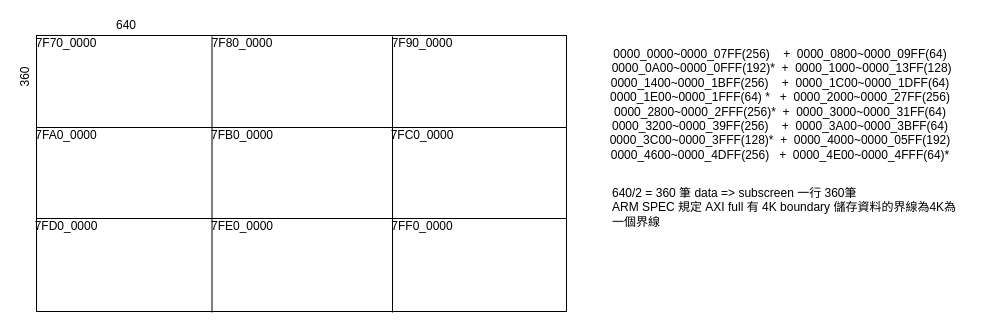
This is Our_design/addr_jump_FSM.drawio from YZchen3467/drawio, a draw.io file, before an edit. Source tidied: cells renumbered, new cells numbered last; positions are measured from the earlier drawing's top-left corner, leaving out a move shared by most shapes. Both pictures are drawn from the tidied source at 100%, with x=0, y=0 at pixel (-6, 17).
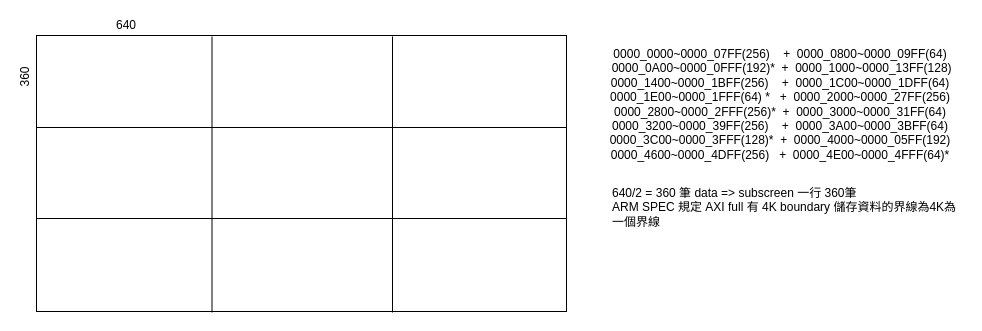
The same diagram, later.

The change refers to these unchanged cells:
```xml
<mxCell id="3" style="group;" parent="2" vertex="1">
  <mxGeometry width="530" height="277" as="geometry" />
</mxCell>
```

Diff of the diagram source:
```diff
@@
-    <mxCell id="8" value="7F70_0000" style="text;html=1;strokeColor=none;fillColor=none;align=center;verticalAlign=middle;whiteSpace=wrap;rounded=0;" parent="3" vertex="1">
-      <mxGeometry width="60" height="15" as="geometry" />
-    </mxCell>
-    <mxCell id="9" value="7F80_0000" style="text;html=1;strokeColor=none;fillColor=none;align=center;verticalAlign=middle;whiteSpace=wrap;rounded=0;" parent="3" vertex="1">
-      <mxGeometry x="176" width="60" height="15" as="geometry" />
-    </mxCell>
-    <mxCell id="10" value="7F90_0000" style="text;html=1;strokeColor=none;fillColor=none;align=center;verticalAlign=middle;whiteSpace=wrap;rounded=0;" parent="3" vertex="1">
-      <mxGeometry x="356" width="60" height="15" as="geometry" />
-    </mxCell>
-    <mxCell id="11" value="7FA0_0000" style="text;html=1;strokeColor=none;fillColor=none;align=center;verticalAlign=middle;whiteSpace=wrap;rounded=0;" parent="3" vertex="1">
-      <mxGeometry y="92" width="60" height="15" as="geometry" />
-    </mxCell>
-    <mxCell id="12" value="7FB0_0000" style="text;html=1;strokeColor=none;fillColor=none;align=center;verticalAlign=middle;whiteSpace=wrap;rounded=0;" parent="3" vertex="1">
-      <mxGeometry x="176" y="92" width="60" height="15" as="geometry" />
-    </mxCell>
-    <mxCell id="13" value="7FC0_0000" style="text;html=1;strokeColor=none;fillColor=none;align=center;verticalAlign=middle;whiteSpace=wrap;rounded=0;" parent="3" vertex="1">
-      <mxGeometry x="356" y="92" width="60" height="15" as="geometry" />
-    </mxCell>
-    <mxCell id="14" value="7FD0_0000" style="text;html=1;strokeColor=none;fillColor=none;align=center;verticalAlign=middle;whiteSpace=wrap;rounded=0;" parent="3" vertex="1">
-      <mxGeometry y="183" width="60" height="15" as="geometry" />
-    </mxCell>
-    <mxCell id="15" value="7FE0_0000" style="text;html=1;strokeColor=none;fillColor=none;align=center;verticalAlign=middle;whiteSpace=wrap;rounded=0;" parent="3" vertex="1">
-      <mxGeometry x="176" y="183" width="60" height="15" as="geometry" />
-    </mxCell>
-    <mxCell id="16" value="7FF0_0000" style="text;html=1;strokeColor=none;fillColor=none;align=center;verticalAlign=middle;whiteSpace=wrap;rounded=0;" parent="3" vertex="1">
-      <mxGeometry x="356" y="183" width="60" height="15" as="geometry" />
-    </mxCell>
```
